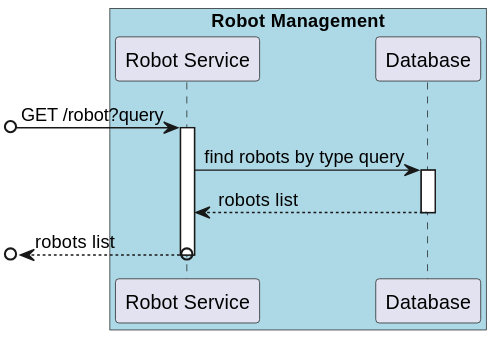
Before: docs/US/ID-390/SD Lv2.svg, a diagram exported from PlantUML (winqus/RobDroneGo). The source it was exported from:
```plantuml
@startuml SD Lv2

box "Robot Management" #LightBlue
    participant "Robot Service" as RobotService
    participant "Database" as DB
end box

[o-> RobotService : GET /robot?query
activate RobotService

RobotService -> DB : find robots by type query
activate DB
DB --> RobotService : robots list
deactivate DB

[o<--o RobotService : robots list
deactivate RobotService

@enduml
```
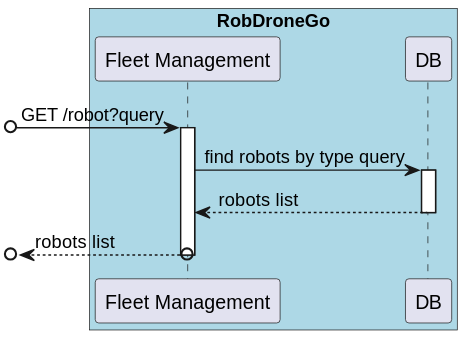
The same diagram one commit later.

Diff of the diagram source:
```diff
@@ -1,8 +1,8 @@
 @startuml SD Lv2
 
-box "Robot Management" #LightBlue
-    participant "Robot Service" as RobotService
-    participant "Database" as DB
+box "RobDroneGo" #LightBlue
+    participant "Fleet Management" as RobotService
+    participant "DB" as DB
 end box
 
 [o-> RobotService : GET /robot?query
```
